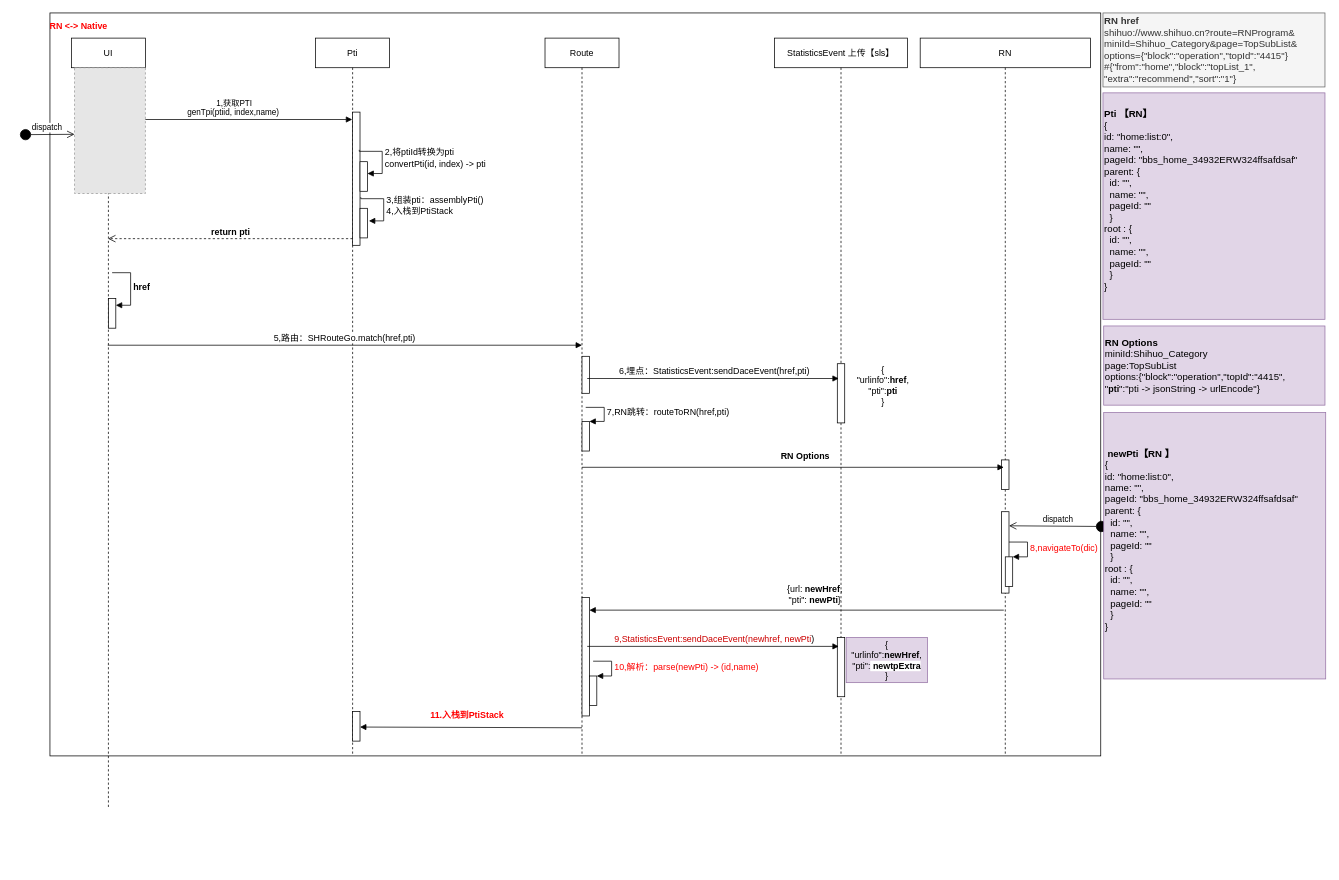
aiquantong/Hero keeps this draw.io diagram as ios客户端埋点方案V2-2.drawio. Above is the earlier version. Source tidied: cells renumbered, new cells numbered last; positions are measured from the earlier drawing's top-left corner, leaving out a move shared by most shapes. Both pictures are drawn from the tidied source at 74%, with x=0, y=0 at pixel (19, 13). Pictures stored in the file or linked from it are replaced by grey dashed boxes.
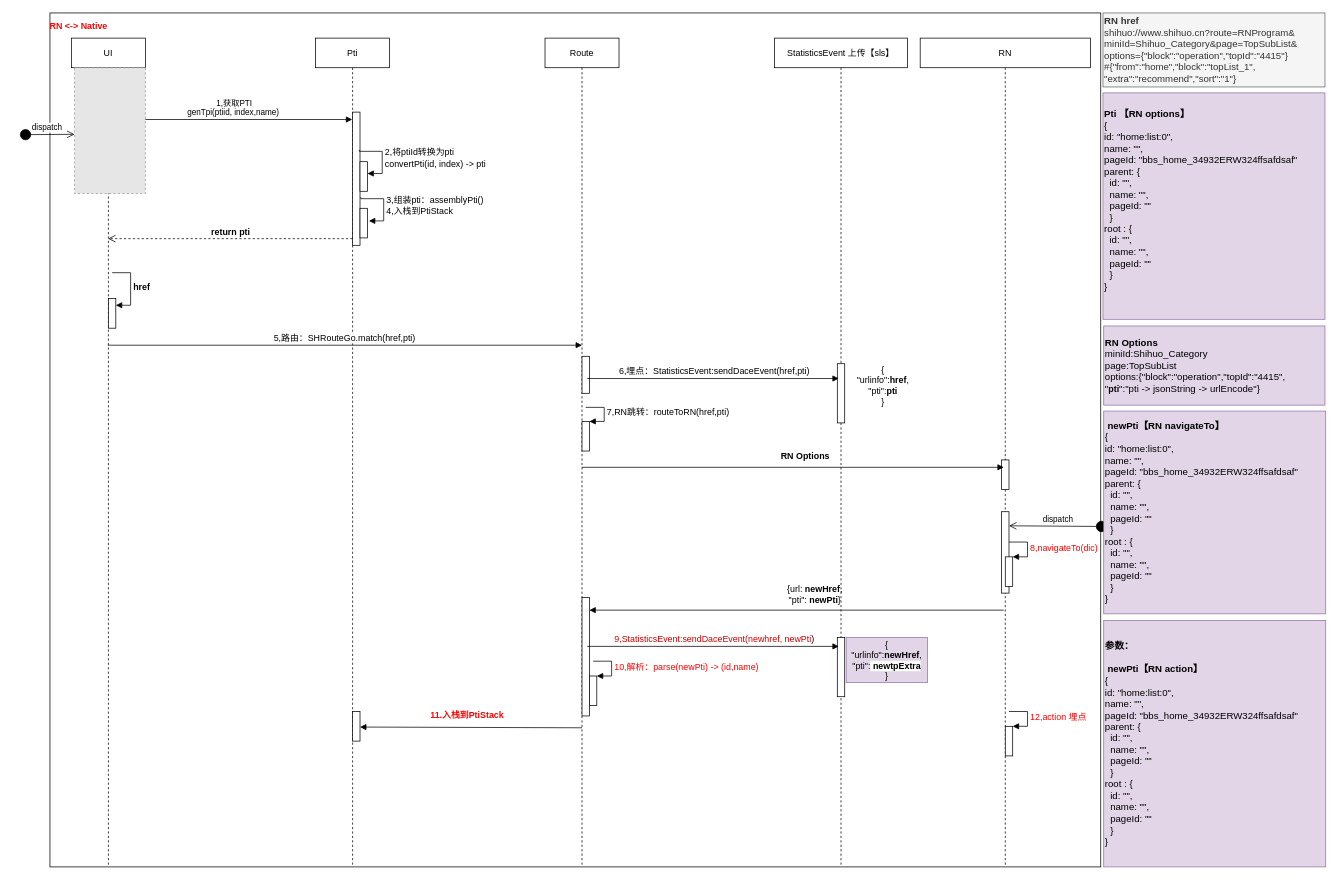
The same page after the edit.

Commit message:
Update ios客户端埋点方案V2-2.drawio

Diff of the diagram source:
```diff
@@
     <mxCell id="2" style="rounded=0;whiteSpace=wrap;html=1;align=left;" parent="1" vertex="1">
-      <mxGeometry x="41" width="1420" height="1004" as="geometry" />
+      <mxGeometry x="41" width="1420" height="1154" as="geometry" />
     </mxCell>
     <mxCell id="3" value="UI" style="shape=umlLifeline;perimeter=lifelinePerimeter;whiteSpace=wrap;html=1;outlineConnect=0;" parent="1" vertex="1">
-      <mxGeometry x="70" y="34" width="100" height="1040" as="geometry" />
+      <mxGeometry x="70" y="34" width="100" height="1120" as="geometry" />
     </mxCell>
@@
     <mxCell id="7" value="Pti" style="shape=umlLifeline;perimeter=lifelinePerimeter;whiteSpace=wrap;html=1;outlineConnect=0;" parent="1" vertex="1">
-      <mxGeometry x="400" y="34" width="100" height="970" as="geometry" />
+      <mxGeometry x="400" y="34" width="100" height="1120" as="geometry" />
     </mxCell>
@@
     <mxCell id="14" value="Route" style="shape=umlLifeline;perimeter=lifelinePerimeter;whiteSpace=wrap;html=1;" parent="1" vertex="1">
-      <mxGeometry x="710" y="34" width="100" height="970" as="geometry" />
+      <mxGeometry x="710" y="34" width="100" height="1120" as="geometry" />
     </mxCell>
@@
     <mxCell id="22" value="StatisticsEvent 上传【sls】" style="shape=umlLifeline;perimeter=lifelinePerimeter;whiteSpace=wrap;html=1;" parent="1" vertex="1">
-      <mxGeometry x="1020" y="34" width="180" height="970" as="geometry" />
+      <mxGeometry x="1020" y="34" width="180" height="1120" as="geometry" />
     </mxCell>
@@
     <mxCell id="30" value="RN" style="shape=umlLifeline;perimeter=lifelinePerimeter;whiteSpace=wrap;html=1;" parent="1" vertex="1">
-      <mxGeometry x="1217" y="34" width="230" height="970" as="geometry" />
+      <mxGeometry x="1217" y="34" width="230" height="1120" as="geometry" />
     </mxCell>
@@
+    <mxCell id="49" style="html=1;points=[];perimeter=orthogonalPerimeter;fontSize=12;fontColor=#FF0000;align=left;" parent="30" vertex="1">
+      <mxGeometry x="115" y="930" width="10" height="40" as="geometry" />
+    </mxCell>
+    <mxCell id="50" value="12,action 埋点" style="edgeStyle=orthogonalEdgeStyle;html=1;align=left;spacingLeft=2;endArrow=block;rounded=0;entryX=1;entryY=0;fontSize=12;fontColor=#FF0000;" parent="30" edge="1" target="49">
+      <mxGeometry relative="1" as="geometry">
+        <mxPoint x="120" y="910" as="sourcePoint" />
+        <Array as="points">
+          <mxPoint x="145" y="910" />
+        </Array>
+      </mxGeometry>
+    </mxCell>
@@
-    <mxCell id="47" value="&lt;font style=&quot;font-size: 13px&quot;&gt;&lt;b&gt;Pti 【RN】&lt;/b&gt;&lt;b&gt;&lt;br&gt;&lt;/b&gt;&lt;/font&gt;&lt;div style=&quot;font-size: 13px&quot;&gt;&lt;div&gt;&lt;font style=&quot;font-size: 13px&quot;&gt;{&lt;br&gt;&lt;/font&gt;&lt;/div&gt;&lt;div&gt;&lt;div&gt;&lt;font style=&quot;font-size: 13px&quot;&gt;id: &quot;home:list:0&quot;,&lt;/font&gt;&lt;/div&gt;&lt;div&gt;&lt;font style=&quot;font-size: 13px&quot;&gt;name: &quot;&quot;,&lt;/font&gt;&lt;/div&gt;&lt;div&gt;&lt;font style=&quot;font-size: 13px&quot;&gt;pageId: &quot;bbs_home_34932ERW324ffsafdsaf&quot;&lt;/font&gt;&lt;/div&gt;&lt;div&gt;&lt;font style=&quot;font-size: 13px&quot;&gt;parent: {&lt;/font&gt;&lt;/div&gt;&lt;div&gt;&lt;font style=&quot;font-size: 13px&quot;&gt;&amp;nbsp; id: &quot;&quot;,&lt;/font&gt;&lt;/div&gt;&lt;div&gt;&lt;font style=&quot;font-size: 13px&quot;&gt;&amp;nbsp; name: &quot;&quot;,&lt;/font&gt;&lt;/div&gt;&lt;div&gt;&lt;font style=&quot;font-size: 13px&quot;&gt;&amp;nbsp; pageId: &quot;&quot;&lt;/font&gt;&lt;/div&gt;&lt;div&gt;&lt;font style=&quot;font-size: 13px&quot;&gt;&amp;nbsp; }&lt;/font&gt;&lt;/div&gt;&lt;div&gt;&lt;font style=&quot;font-size: 13px&quot;&gt;root : {&lt;/font&gt;&lt;/div&gt;&lt;div&gt;&lt;div&gt;&lt;font style=&quot;font-size: 13px&quot;&gt;&amp;nbsp; id: &quot;&quot;,&lt;/font&gt;&lt;/div&gt;&lt;div&gt;&lt;font style=&quot;font-size: 13px&quot;&gt;&amp;nbsp; name: &quot;&quot;,&lt;/font&gt;&lt;/div&gt;&lt;div&gt;&lt;font style=&quot;font-size: 13px&quot;&gt;&amp;nbsp; pageId: &quot;&quot;&lt;/font&gt;&lt;/div&gt;&lt;/div&gt;&lt;div&gt;&lt;font style=&quot;font-size: 13px&quot;&gt;&amp;nbsp; }&lt;/font&gt;&lt;/div&gt;&lt;div&gt;&lt;font style=&quot;font-size: 13px&quot;&gt;}&lt;/font&gt;&lt;/div&gt;&lt;/div&gt;&lt;div&gt;&lt;br&gt;&lt;/div&gt;&lt;/div&gt;" style="text;html=1;strokeColor=#9673a6;fillColor=#e1d5e7;align=left;verticalAlign=middle;whiteSpace=wrap;rounded=0;fontSize=12;" parent="1" vertex="1">
+    <mxCell id="47" value="&lt;font style=&quot;font-size: 13px&quot;&gt;&lt;b&gt;Pti 【RN options】&lt;/b&gt;&lt;b&gt;&lt;br&gt;&lt;/b&gt;&lt;/font&gt;&lt;div style=&quot;font-size: 13px&quot;&gt;&lt;div&gt;&lt;font style=&quot;font-size: 13px&quot;&gt;{&lt;br&gt;&lt;/font&gt;&lt;/div&gt;&lt;div&gt;&lt;div&gt;&lt;font style=&quot;font-size: 13px&quot;&gt;id: &quot;home:list:0&quot;,&lt;/font&gt;&lt;/div&gt;&lt;div&gt;&lt;font style=&quot;font-size: 13px&quot;&gt;name: &quot;&quot;,&lt;/font&gt;&lt;/div&gt;&lt;div&gt;&lt;font style=&quot;font-size: 13px&quot;&gt;pageId: &quot;bbs_home_34932ERW324ffsafdsaf&quot;&lt;/font&gt;&lt;/div&gt;&lt;div&gt;&lt;font style=&quot;font-size: 13px&quot;&gt;parent: {&lt;/font&gt;&lt;/div&gt;&lt;div&gt;&lt;font style=&quot;font-size: 13px&quot;&gt;&amp;nbsp; id: &quot;&quot;,&lt;/font&gt;&lt;/div&gt;&lt;div&gt;&lt;font style=&quot;font-size: 13px&quot;&gt;&amp;nbsp; name: &quot;&quot;,&lt;/font&gt;&lt;/div&gt;&lt;div&gt;&lt;font style=&quot;font-size: 13px&quot;&gt;&amp;nbsp; pageId: &quot;&quot;&lt;/font&gt;&lt;/div&gt;&lt;div&gt;&lt;font style=&quot;font-size: 13px&quot;&gt;&amp;nbsp; }&lt;/font&gt;&lt;/div&gt;&lt;div&gt;&lt;font style=&quot;font-size: 13px&quot;&gt;root : {&lt;/font&gt;&lt;/div&gt;&lt;div&gt;&lt;div&gt;&lt;font style=&quot;font-size: 13px&quot;&gt;&amp;nbsp; id: &quot;&quot;,&lt;/font&gt;&lt;/div&gt;&lt;div&gt;&lt;font style=&quot;font-size: 13px&quot;&gt;&amp;nbsp; name: &quot;&quot;,&lt;/font&gt;&lt;/div&gt;&lt;div&gt;&lt;font style=&quot;font-size: 13px&quot;&gt;&amp;nbsp; pageId: &quot;&quot;&lt;/font&gt;&lt;/div&gt;&lt;/div&gt;&lt;div&gt;&lt;font style=&quot;font-size: 13px&quot;&gt;&amp;nbsp; }&lt;/font&gt;&lt;/div&gt;&lt;div&gt;&lt;font style=&quot;font-size: 13px&quot;&gt;}&lt;/font&gt;&lt;/div&gt;&lt;/div&gt;&lt;div&gt;&lt;br&gt;&lt;/div&gt;&lt;/div&gt;" style="text;html=1;strokeColor=#9673a6;fillColor=#e1d5e7;align=left;verticalAlign=middle;whiteSpace=wrap;rounded=0;fontSize=12;" parent="1" vertex="1">
       <mxGeometry x="1464" y="108" width="300" height="306" as="geometry" />
     </mxCell>
-    <mxCell id="48" value="&lt;font style=&quot;font-size: 13px&quot;&gt;&lt;b&gt;&amp;nbsp;newPti【RN 】&lt;/b&gt;&lt;b&gt;&lt;br&gt;&lt;/b&gt;&lt;/font&gt;&lt;div style=&quot;font-size: 13px&quot;&gt;&lt;div&gt;&lt;font style=&quot;font-size: 13px&quot;&gt;{&lt;br&gt;&lt;/font&gt;&lt;/div&gt;&lt;div&gt;&lt;div&gt;&lt;font style=&quot;font-size: 13px&quot;&gt;id: &quot;home:list:0&quot;,&lt;/font&gt;&lt;/div&gt;&lt;div&gt;&lt;font style=&quot;font-size: 13px&quot;&gt;name: &quot;&quot;,&lt;/font&gt;&lt;/div&gt;&lt;div&gt;&lt;font style=&quot;font-size: 13px&quot;&gt;pageId: &quot;bbs_home_34932ERW324ffsafdsaf&quot;&lt;/font&gt;&lt;/div&gt;&lt;div&gt;&lt;font style=&quot;font-size: 13px&quot;&gt;parent: {&lt;/font&gt;&lt;/div&gt;&lt;div&gt;&lt;font style=&quot;font-size: 13px&quot;&gt;&amp;nbsp; id: &quot;&quot;,&lt;/font&gt;&lt;/div&gt;&lt;div&gt;&lt;font style=&quot;font-size: 13px&quot;&gt;&amp;nbsp; name: &quot;&quot;,&lt;/font&gt;&lt;/div&gt;&lt;div&gt;&lt;font style=&quot;font-size: 13px&quot;&gt;&amp;nbsp; pageId: &quot;&quot;&lt;/font&gt;&lt;/div&gt;&lt;div&gt;&lt;font style=&quot;font-size: 13px&quot;&gt;&amp;nbsp; }&lt;/font&gt;&lt;/div&gt;&lt;div&gt;&lt;font style=&quot;font-size: 13px&quot;&gt;root : {&lt;/font&gt;&lt;/div&gt;&lt;div&gt;&lt;div&gt;&lt;font style=&quot;font-size: 13px&quot;&gt;&amp;nbsp; id: &quot;&quot;,&lt;/font&gt;&lt;/div&gt;&lt;div&gt;&lt;font style=&quot;font-size: 13px&quot;&gt;&amp;nbsp; name: &quot;&quot;,&lt;/font&gt;&lt;/div&gt;&lt;div&gt;&lt;font style=&quot;font-size: 13px&quot;&gt;&amp;nbsp; pageId: &quot;&quot;&lt;/font&gt;&lt;/div&gt;&lt;/div&gt;&lt;div&gt;&lt;font style=&quot;font-size: 13px&quot;&gt;&amp;nbsp; }&lt;/font&gt;&lt;/div&gt;&lt;div&gt;&lt;font style=&quot;font-size: 13px&quot;&gt;}&lt;/font&gt;&lt;/div&gt;&lt;/div&gt;&lt;div&gt;&lt;br&gt;&lt;/div&gt;&lt;/div&gt;" style="text;html=1;strokeColor=#9673a6;fillColor=#e1d5e7;align=left;verticalAlign=middle;whiteSpace=wrap;rounded=0;fontSize=12;" parent="1" vertex="1">
-      <mxGeometry x="1465" y="540" width="300" height="360" as="geometry" />
+    <mxCell id="48" value="&lt;font style=&quot;font-size: 13px&quot;&gt;&lt;b&gt;&amp;nbsp;newPti【RN navigateTo】&lt;/b&gt;&lt;b&gt;&lt;br&gt;&lt;/b&gt;&lt;/font&gt;&lt;div style=&quot;font-size: 13px&quot;&gt;&lt;div&gt;&lt;font style=&quot;font-size: 13px&quot;&gt;{&lt;br&gt;&lt;/font&gt;&lt;/div&gt;&lt;div&gt;&lt;div&gt;&lt;font style=&quot;font-size: 13px&quot;&gt;id: &quot;home:list:0&quot;,&lt;/font&gt;&lt;/div&gt;&lt;div&gt;&lt;font style=&quot;font-size: 13px&quot;&gt;name: &quot;&quot;,&lt;/font&gt;&lt;/div&gt;&lt;div&gt;&lt;font style=&quot;font-size: 13px&quot;&gt;pageId: &quot;bbs_home_34932ERW324ffsafdsaf&quot;&lt;/font&gt;&lt;/div&gt;&lt;div&gt;&lt;font style=&quot;font-size: 13px&quot;&gt;parent: {&lt;/font&gt;&lt;/div&gt;&lt;div&gt;&lt;font style=&quot;font-size: 13px&quot;&gt;&amp;nbsp; id: &quot;&quot;,&lt;/font&gt;&lt;/div&gt;&lt;div&gt;&lt;font style=&quot;font-size: 13px&quot;&gt;&amp;nbsp; name: &quot;&quot;,&lt;/font&gt;&lt;/div&gt;&lt;div&gt;&lt;font style=&quot;font-size: 13px&quot;&gt;&amp;nbsp; pageId: &quot;&quot;&lt;/font&gt;&lt;/div&gt;&lt;div&gt;&lt;font style=&quot;font-size: 13px&quot;&gt;&amp;nbsp; }&lt;/font&gt;&lt;/div&gt;&lt;div&gt;&lt;font style=&quot;font-size: 13px&quot;&gt;root : {&lt;/font&gt;&lt;/div&gt;&lt;div&gt;&lt;div&gt;&lt;font style=&quot;font-size: 13px&quot;&gt;&amp;nbsp; id: &quot;&quot;,&lt;/font&gt;&lt;/div&gt;&lt;div&gt;&lt;font style=&quot;font-size: 13px&quot;&gt;&amp;nbsp; name: &quot;&quot;,&lt;/font&gt;&lt;/div&gt;&lt;div&gt;&lt;font style=&quot;font-size: 13px&quot;&gt;&amp;nbsp; pageId: &quot;&quot;&lt;/font&gt;&lt;/div&gt;&lt;/div&gt;&lt;div&gt;&lt;font style=&quot;font-size: 13px&quot;&gt;&amp;nbsp; }&lt;/font&gt;&lt;/div&gt;&lt;div&gt;&lt;font style=&quot;font-size: 13px&quot;&gt;}&lt;/font&gt;&lt;/div&gt;&lt;/div&gt;&lt;/div&gt;" style="text;html=1;strokeColor=#9673a6;fillColor=#e1d5e7;align=left;verticalAlign=middle;whiteSpace=wrap;rounded=0;fontSize=12;" parent="1" vertex="1">
+      <mxGeometry x="1465" y="538" width="300" height="274" as="geometry" />
     </mxCell>
+    <mxCell id="51" value="&lt;font style=&quot;font-size: 13px&quot;&gt;&lt;b&gt;&lt;br&gt;参数：&lt;br&gt;&lt;br&gt;&amp;nbsp;newPti【RN action】&lt;/b&gt;&lt;b&gt;&lt;br&gt;&lt;/b&gt;&lt;/font&gt;&lt;div style=&quot;font-size: 13px&quot;&gt;&lt;div&gt;&lt;font style=&quot;font-size: 13px&quot;&gt;{&lt;br&gt;&lt;/font&gt;&lt;/div&gt;&lt;div&gt;&lt;div&gt;&lt;font style=&quot;font-size: 13px&quot;&gt;id: &quot;home:list:0&quot;,&lt;/font&gt;&lt;/div&gt;&lt;div&gt;&lt;font style=&quot;font-size: 13px&quot;&gt;name: &quot;&quot;,&lt;/font&gt;&lt;/div&gt;&lt;div&gt;&lt;font style=&quot;font-size: 13px&quot;&gt;pageId: &quot;bbs_home_34932ERW324ffsafdsaf&quot;&lt;/font&gt;&lt;/div&gt;&lt;div&gt;&lt;font style=&quot;font-size: 13px&quot;&gt;parent: {&lt;/font&gt;&lt;/div&gt;&lt;div&gt;&lt;font style=&quot;font-size: 13px&quot;&gt;&amp;nbsp; id: &quot;&quot;,&lt;/font&gt;&lt;/div&gt;&lt;div&gt;&lt;font style=&quot;font-size: 13px&quot;&gt;&amp;nbsp; name: &quot;&quot;,&lt;/font&gt;&lt;/div&gt;&lt;div&gt;&lt;font style=&quot;font-size: 13px&quot;&gt;&amp;nbsp; pageId: &quot;&quot;&lt;/font&gt;&lt;/div&gt;&lt;div&gt;&lt;font style=&quot;font-size: 13px&quot;&gt;&amp;nbsp; }&lt;/font&gt;&lt;/div&gt;&lt;div&gt;&lt;font style=&quot;font-size: 13px&quot;&gt;root : {&lt;/font&gt;&lt;/div&gt;&lt;div&gt;&lt;div&gt;&lt;font style=&quot;font-size: 13px&quot;&gt;&amp;nbsp; id: &quot;&quot;,&lt;/font&gt;&lt;/div&gt;&lt;div&gt;&lt;font style=&quot;font-size: 13px&quot;&gt;&amp;nbsp; name: &quot;&quot;,&lt;/font&gt;&lt;/div&gt;&lt;div&gt;&lt;font style=&quot;font-size: 13px&quot;&gt;&amp;nbsp; pageId: &quot;&quot;&lt;/font&gt;&lt;/div&gt;&lt;/div&gt;&lt;div&gt;&lt;font style=&quot;font-size: 13px&quot;&gt;&amp;nbsp; }&lt;/font&gt;&lt;/div&gt;&lt;div&gt;&lt;font style=&quot;font-size: 13px&quot;&gt;}&lt;/font&gt;&lt;/div&gt;&lt;/div&gt;&lt;div&gt;&lt;br&gt;&lt;/div&gt;&lt;/div&gt;" style="text;html=1;strokeColor=#9673a6;fillColor=#e1d5e7;align=left;verticalAlign=middle;whiteSpace=wrap;rounded=0;fontSize=12;" parent="1" vertex="1">
+      <mxGeometry x="1465" y="821" width="300" height="333" as="geometry" />
+    </mxCell>
```
